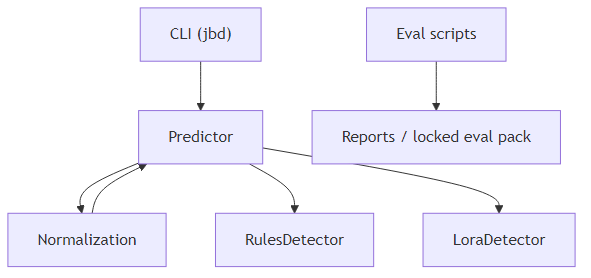
The Mermaid diagram docs/figures/ch6_component_diagram.png in LeeRuiDa/llm-jailbreak-detector, before a commit. Its source is kept beside it as docs/figures/ch6_component_diagram.mmd.
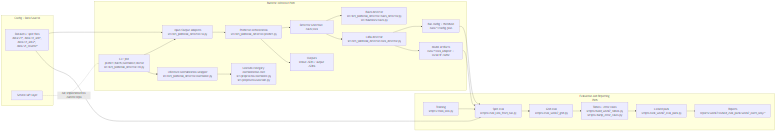
Later version of the same file.

The edit, as a diff of the source:
```diff
@@ -1,7 +1,46 @@
-flowchart TB
-    CLI["CLI (jbd)"] --> P["Predictor"]
-    P --> N["Normalization"]
-    P --> RD["RulesDetector"]
-    P --> LD["LoraDetector"]
-    ES["Eval scripts"] --> RP["Reports / locked eval pack"]
-    N --> P
+flowchart LR
+    subgraph Runtime["Runtime Inference Path"]
+        CLI["CLI: jbd predict|batch|normalize|doctor<br/>src/llm_jailbreak_detector/cli.py"]
+        IO["Input/Output adapters<br/>src/llm_jailbreak_detector/io.py"]
+        P["Predictor orchestration<br/>src/llm_jailbreak_detector/predict.py"]
+        N1["Inference normalization wrapper<br/>src/llm_jailbreak_detector/normalize.py"]
+        N2["Unicode/category normalization core<br/>src/preprocess/normalize.py<br/>src/preprocess/unicode.py"]
+        IFACE["Detector selection: rules|lora"]
+        R["Rules detector<br/>src/llm_jailbreak_detector/rules_detector.py<br/>src/baselines/rules.py"]
+        L["LoRA detector<br/>src/llm_jailbreak_detector/lora_detector.py"]
+        C["Run config + threshold<br/>runs/*/config.json"]
+        M["Model artifacts<br/>runs/*/lora_adapter + local HF cache"]
+        O["Outputs<br/>stdout JSON / output JSONL"]
+    end
+
+    subgraph Eval["Evaluation and Reporting Path"]
+        T["Training<br/>scripts/train_lora.py"]
+        E1["Split eval<br/>scripts/eval_lora_from_run.py"]
+        E2["Grid eval<br/>scripts/eval_week7_grid.py"]
+        E3["Tables + error cases<br/>scripts/build_week7_tables.py<br/>scripts/dump_error_cases.py"]
+        E4["Locked pack<br/>scripts/lock_week7_eval_pack.py"]
+        REP["Reports<br/>reports/week7/locked_eval_pack/week7_norm_only/*"]
+    end
+
+    subgraph Config["Config + Data Sources"]
+        D["Datasets / split files<br/>data/v1*, data/v1_adv*, data/v1_adv2*, data/v1_rewrite*"]
+        SVC["Service/API layer"]
+    end
+
+    CLI --> IO --> P
+    CLI --> N1
+    N1 --> N2
+    P --> IFACE
+    IFACE --> R
+    IFACE --> L
+    L --> C
+    L --> M
+    P --> O
+    D --> IO
+
+    T --> E1 --> E2 --> E3 --> E4 --> REP
+    C --> E1
+    M --> E1
+    D --> E1
+
+    SVC -. "not implemented in current repo" .- CLI
```
